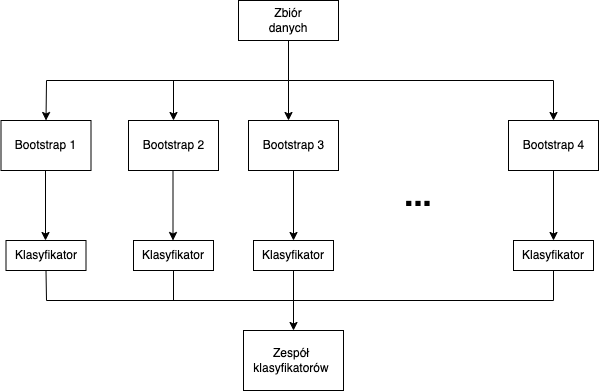
Above: images/Bagging.png in pawel150199/praca-dyplomowa (draw.io), before the change. Source tidied: cells renumbered, new cells last; positions are measured from the earlier drawing's top-left corner, leaving out a move shared by most shapes.
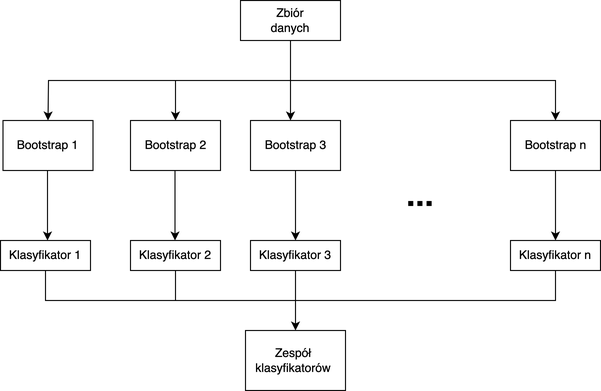
The same diagram one commit later.

Change to the diagram source:
```diff
@@ -29,39 +29,24 @@
     <mxCell id="10" style="rounded=0;whiteSpace=wrap;html=1;" parent="1" vertex="1">
       <mxGeometry x="508" y="120" width="90" height="50" as="geometry" />
     </mxCell>
-    <mxCell id="11" value="Bootstrap 4" style="text;html=1;strokeColor=none;fillColor=none;align=center;verticalAlign=middle;whiteSpace=wrap;rounded=0;" parent="1" vertex="1">
+    <mxCell id="11" value="Bootstrap n" style="text;html=1;strokeColor=none;fillColor=none;align=center;verticalAlign=middle;whiteSpace=wrap;rounded=0;" parent="1" vertex="1">
       <mxGeometry x="520.5" y="130" width="65" height="30" as="geometry" />
     </mxCell>
     <mxCell id="12" style="rounded=0;whiteSpace=wrap;html=1;" parent="1" vertex="1">
-      <mxGeometry x="5.5" y="240" width="80" height="30" as="geometry" />
+      <mxGeometry x="-2" y="240" width="90" height="30" as="geometry" />
     </mxCell>
-    <mxCell id="13" value="Klasyfikator" style="text;html=1;strokeColor=none;fillColor=none;align=center;verticalAlign=middle;whiteSpace=wrap;rounded=0;" parent="1" vertex="1">
-      <mxGeometry x="15.5" y="240" width="60" height="30" as="geometry" />
+    <mxCell id="13" value="Klasyfikator 1" style="text;html=1;strokeColor=none;fillColor=none;align=center;verticalAlign=middle;whiteSpace=wrap;rounded=0;" parent="1" vertex="1">
+      <mxGeometry x="4.2" y="240" width="77.5" height="30" as="geometry" />
     </mxCell>
-    <mxCell id="14" style="rounded=0;whiteSpace=wrap;html=1;" parent="1" vertex="1">
-      <mxGeometry x="133" y="240" width="80" height="30" as="geometry" />
-    </mxCell>
-    <mxCell id="15" value="Klasyfikator" style="text;html=1;strokeColor=none;fillColor=none;align=center;verticalAlign=middle;whiteSpace=wrap;rounded=0;" parent="1" vertex="1">
-      <mxGeometry x="143" y="240" width="60" height="30" as="geometry" />
-    </mxCell>
-    <mxCell id="16" style="rounded=0;whiteSpace=wrap;html=1;" parent="1" vertex="1">
-      <mxGeometry x="253" y="240" width="80" height="30" as="geometry" />
-    </mxCell>
-    <mxCell id="17" value="Klasyfikator" style="text;html=1;strokeColor=none;fillColor=none;align=center;verticalAlign=middle;whiteSpace=wrap;rounded=0;" parent="1" vertex="1">
-      <mxGeometry x="263" y="240" width="60" height="30" as="geometry" />
-    </mxCell>
-    <mxCell id="18" style="rounded=0;whiteSpace=wrap;html=1;" parent="1" vertex="1">
-      <mxGeometry x="513" y="240" width="80" height="30" as="geometry" />
-    </mxCell>
-    <mxCell id="19" value="Klasyfikator" style="text;html=1;strokeColor=none;fillColor=none;align=center;verticalAlign=middle;whiteSpace=wrap;rounded=0;" parent="1" vertex="1">
-      <mxGeometry x="523" y="240" width="60" height="30" as="geometry" />
-    </mxCell>
-    <mxCell id="20" style="endArrow=classic;html=1;rounded=0;exitX=0.5;exitY=1;exitDx=0;exitDy=0;entryX=0.5;entryY=0;entryDx=0;entryDy=0;" parent="1" edge="1" source="8" target="17">
-      <mxGeometry relative="1" as="geometry" />
+    <mxCell id="20" style="endArrow=classic;html=1;rounded=0;exitX=0.5;exitY=1;exitDx=0;exitDy=0;entryX=0.5;entryY=0;entryDx=0;entryDy=0;" parent="1" edge="1" source="8">
+      <mxGeometry relative="1" as="geometry">
+        <mxPoint x="293" y="240" as="targetPoint" />
+      </mxGeometry>
     </mxCell>
-    <mxCell id="21" style="endArrow=classic;html=1;rounded=0;entryX=0.5;entryY=0;entryDx=0;entryDy=0;" parent="1" edge="1" target="19">
+    <mxCell id="21" style="endArrow=classic;html=1;rounded=0;entryX=0.5;entryY=0;entryDx=0;entryDy=0;" parent="1" edge="1">
       <mxGeometry relative="1" as="geometry">
         <mxPoint x="553" y="170" as="sourcePoint" />
+        <mxPoint x="553" y="240" as="targetPoint" />
       </mxGeometry>
     </mxCell>
     <mxCell id="22" style="endArrow=classic;html=1;rounded=0;exitX=0.5;exitY=1;exitDx=0;exitDy=0;entryX=0.5;entryY=0;entryDx=0;entryDy=0;" parent="1" edge="1">
@@ -112,31 +97,52 @@
     <mxCell id="30" style="endArrow=classic;html=1;rounded=0;entryX=0.5;entryY=0;entryDx=0;entryDy=0;exitX=0.5;exitY=1;exitDx=0;exitDy=0;" parent="1" edge="1" source="13" target="28">
       <mxGeometry relative="1" as="geometry">
         <Array as="points">
-          <mxPoint x="46" y="300" />
+          <mxPoint x="43" y="300" />
           <mxPoint x="293" y="300" />
         </Array>
       </mxGeometry>
     </mxCell>
-    <mxCell id="31" style="endArrow=none;html=1;rounded=0;entryX=0.5;entryY=1;entryDx=0;entryDy=0;" parent="1" edge="1" target="19">
+    <mxCell id="31" style="endArrow=none;html=1;rounded=0;entryX=0.5;entryY=1;entryDx=0;entryDy=0;" parent="1" edge="1">
       <mxGeometry relative="1" as="geometry">
         <mxPoint x="288" y="300" as="sourcePoint" />
+        <mxPoint x="553" y="270" as="targetPoint" />
         <Array as="points">
           <mxPoint x="553" y="300" />
         </Array>
       </mxGeometry>
     </mxCell>
-    <mxCell id="32" style="endArrow=none;html=1;rounded=0;entryX=0.5;entryY=1;entryDx=0;entryDy=0;" parent="1" edge="1" target="17">
+    <mxCell id="32" style="endArrow=none;html=1;rounded=0;entryX=0.5;entryY=1;entryDx=0;entryDy=0;" parent="1" edge="1">
       <mxGeometry relative="1" as="geometry">
         <mxPoint x="293" y="300" as="sourcePoint" />
+        <mxPoint x="293" y="270" as="targetPoint" />
       </mxGeometry>
     </mxCell>
     <mxCell id="33" value="&lt;b&gt;&lt;font style=&quot;font-size: 33px;&quot;&gt;...&lt;/font&gt;&lt;/b&gt;" style="text;html=1;strokeColor=none;fillColor=none;align=center;verticalAlign=middle;whiteSpace=wrap;rounded=0;" parent="1" vertex="1">
       <mxGeometry x="388" y="180" width="60" height="30" as="geometry" />
     </mxCell>
-    <mxCell id="34" style="endArrow=none;html=1;rounded=0;fontSize=33;entryX=0.5;entryY=1;entryDx=0;entryDy=0;" parent="1" edge="1" target="15">
+    <mxCell id="34" style="endArrow=none;html=1;rounded=0;fontSize=33;entryX=0.5;entryY=1;entryDx=0;entryDy=0;" parent="1" edge="1">
       <mxGeometry relative="1" as="geometry">
         <mxPoint x="173" y="300" as="sourcePoint" />
+        <mxPoint x="173" y="270" as="targetPoint" />
       </mxGeometry>
     </mxCell>
+    <mxCell id="35" style="rounded=0;whiteSpace=wrap;html=1;" parent="1" vertex="1">
+      <mxGeometry x="128" y="240" width="90" height="30" as="geometry" />
+    </mxCell>
+    <mxCell id="36" value="Klasyfikator 2" style="text;html=1;strokeColor=none;fillColor=none;align=center;verticalAlign=middle;whiteSpace=wrap;rounded=0;" parent="1" vertex="1">
+      <mxGeometry x="134.2" y="240" width="77.5" height="30" as="geometry" />
+    </mxCell>
+    <mxCell id="37" style="rounded=0;whiteSpace=wrap;html=1;" parent="1" vertex="1">
+      <mxGeometry x="248" y="240" width="90" height="30" as="geometry" />
+    </mxCell>
+    <mxCell id="38" value="Klasyfikator 3" style="text;html=1;strokeColor=none;fillColor=none;align=center;verticalAlign=middle;whiteSpace=wrap;rounded=0;" parent="1" vertex="1">
+      <mxGeometry x="254.2" y="240" width="77.5" height="30" as="geometry" />
+    </mxCell>
+    <mxCell id="39" style="rounded=0;whiteSpace=wrap;html=1;" parent="1" vertex="1">
+      <mxGeometry x="508" y="240" width="90" height="30" as="geometry" />
+    </mxCell>
+    <mxCell id="40" value="Klasyfikator n" style="text;html=1;strokeColor=none;fillColor=none;align=center;verticalAlign=middle;whiteSpace=wrap;rounded=0;" parent="1" vertex="1">
+      <mxGeometry x="514.2" y="240" width="77.5" height="30" as="geometry" />
+    </mxCell>
   </root>
 </mxGraphModel>
```
